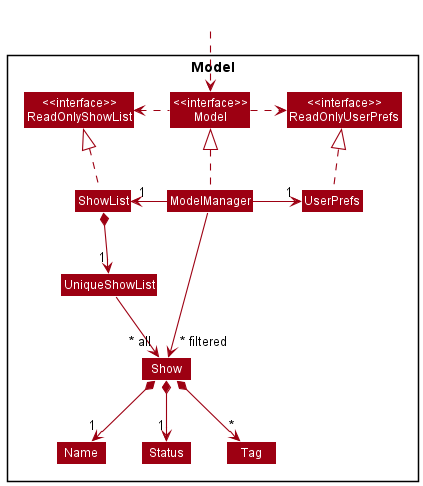
The PlantUML diagram docs/images/ModelClassDiagram.png in nus-cs2103-AY2122S2/tp, before a commit. Its diagram source:
```plantuml
@startuml
!include style.puml
skinparam arrowThickness 1.1
skinparam arrowColor MODEL_COLOR
skinparam classBackgroundColor MODEL_COLOR

Package Model <<Rectangle>>{
Class "<<interface>>\nReadOnlyShowList" as ReadOnlyShowList
Class "<<interface>>\nReadOnlyUserPrefs" as ReadOnlyUserPrefs
Class "<<interface>>\nModel" as Model
Class ShowList
Class ModelManager
Class UserPrefs

Class UniqueShowList
Class Show
Class Status
Class Name
Class Tag

}

Class HiddenOutside #FFFFFF
HiddenOutside ..> Model

ShowList .up.|> ReadOnlyShowList

ModelManager .up.|> Model
Model .right.> ReadOnlyUserPrefs
Model .left.> ReadOnlyShowList
ModelManager -left-> "1" ShowList
ModelManager -right-> "1" UserPrefs
UserPrefs .up.|> ReadOnlyUserPrefs

ShowList *--> "1" UniqueShowList
UniqueShowList --> "~* all" Show
Show *--> "1" Name
Show *--> "1" Status
Show *--> "*" Tag

Name -[hidden]right-> Status
Status -[hidden]right->  Tag

ModelManager -->"~* filtered" Show
@enduml
```
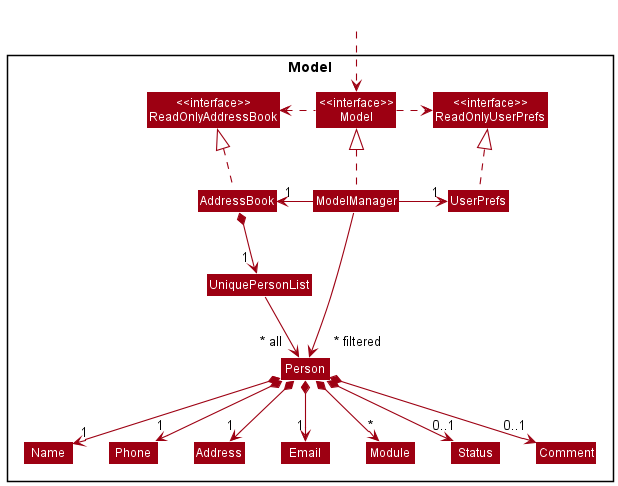
After the commit.

Commit message:
Update ModelClassDiagram and StatusCommand

Also fixed a typo Modules-->Status in StausCommand.java

Diff of the diagram source:
```diff
@@ -5,41 +5,52 @@
 skinparam classBackgroundColor MODEL_COLOR
 
 Package Model <<Rectangle>>{
-Class "<<interface>>\nReadOnlyShowList" as ReadOnlyShowList
+Class "<<interface>>\nReadOnlyAddressBook" as ReadOnlyAddressBook
 Class "<<interface>>\nReadOnlyUserPrefs" as ReadOnlyUserPrefs
 Class "<<interface>>\nModel" as Model
-Class ShowList
+Class AddressBook
 Class ModelManager
 Class UserPrefs
 
-Class UniqueShowList
-Class Show
+Class UniquePersonList
+Class Person
+Class Address
+Class Email
+Class Name
+Class Phone
+Class Module
 Class Status
-Class Name
-Class Tag
-
+Class Comment
 }
 
 Class HiddenOutside #FFFFFF
 HiddenOutside ..> Model
 
-ShowList .up.|> ReadOnlyShowList
+AddressBook .up.|> ReadOnlyAddressBook
 
 ModelManager .up.|> Model
 Model .right.> ReadOnlyUserPrefs
-Model .left.> ReadOnlyShowList
-ModelManager -left-> "1" ShowList
+Model .left.> ReadOnlyAddressBook
+ModelManager -left-> "1" AddressBook
 ModelManager -right-> "1" UserPrefs
 UserPrefs .up.|> ReadOnlyUserPrefs
 
-ShowList *--> "1" UniqueShowList
-UniqueShowList --> "~* all" Show
-Show *--> "1" Name
-Show *--> "1" Status
-Show *--> "*" Tag
+AddressBook *--> "     1" UniquePersonList
+UniquePersonList --> "~* all  " Person
+Person *--> "1" Name
+Person *--> "1" Phone
+Person *--> "1" Email
+Person *--> "1" Address
+Person *--> "*" Module
+Person *--> "0..1     " Comment
+Person *--> "    0..1" Status
 
-Name -[hidden]right-> Status
-Status -[hidden]right->  Tag
+Name -[hidden]right-> Phone
+Phone -[hidden]right-> Address
+Address -[hidden]right-> Email
+Email -[hidden]right-> Module
+Module -[hidden]right-> Status
+Status -[hidden]right-> Comment
 
-ModelManager -->"~* filtered" Show
+ModelManager -->"\n\n\n~* filtered" Person
 @enduml
```
